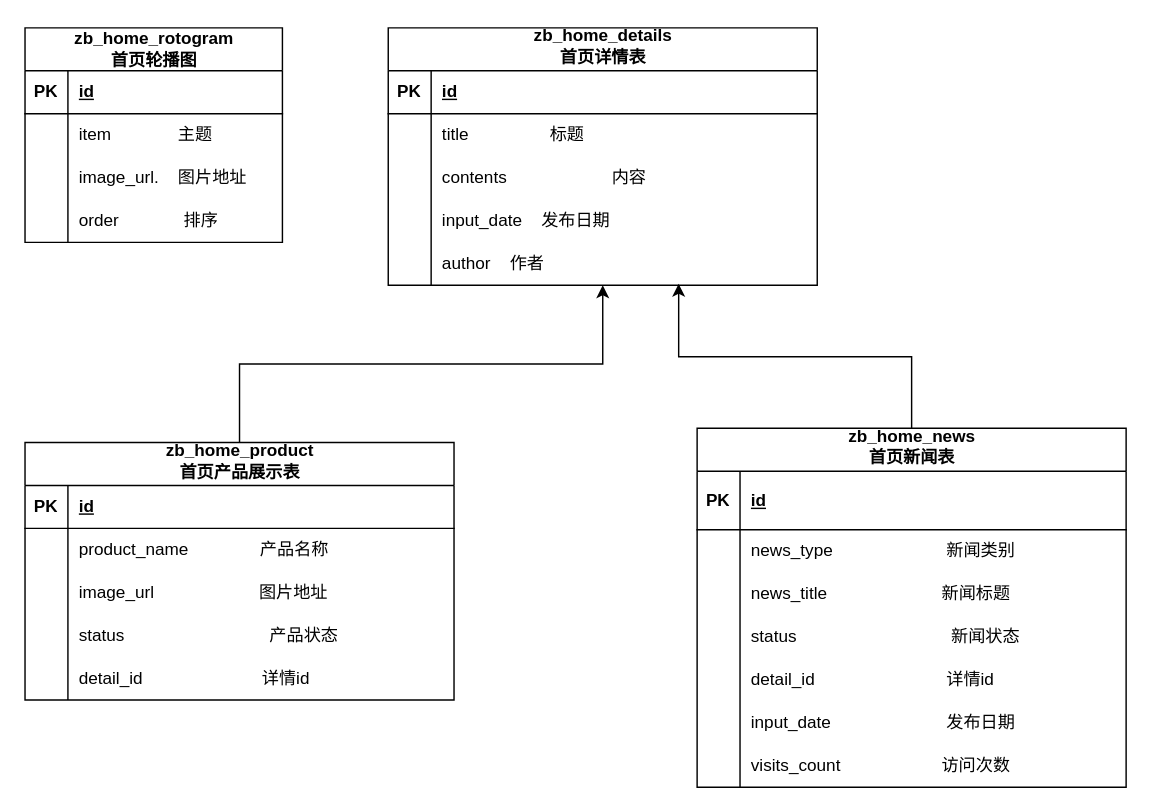
Before: home.drawio in yskccr/diagrams, a draw.io diagram. Source tidied: cells renumbered, new cells numbered last; positions are measured from the earlier drawing's top-left corner, leaving out a move shared by most shapes. Both pictures are drawn from the tidied source at 143%, with x=0, y=0 at pixel (24, 27).
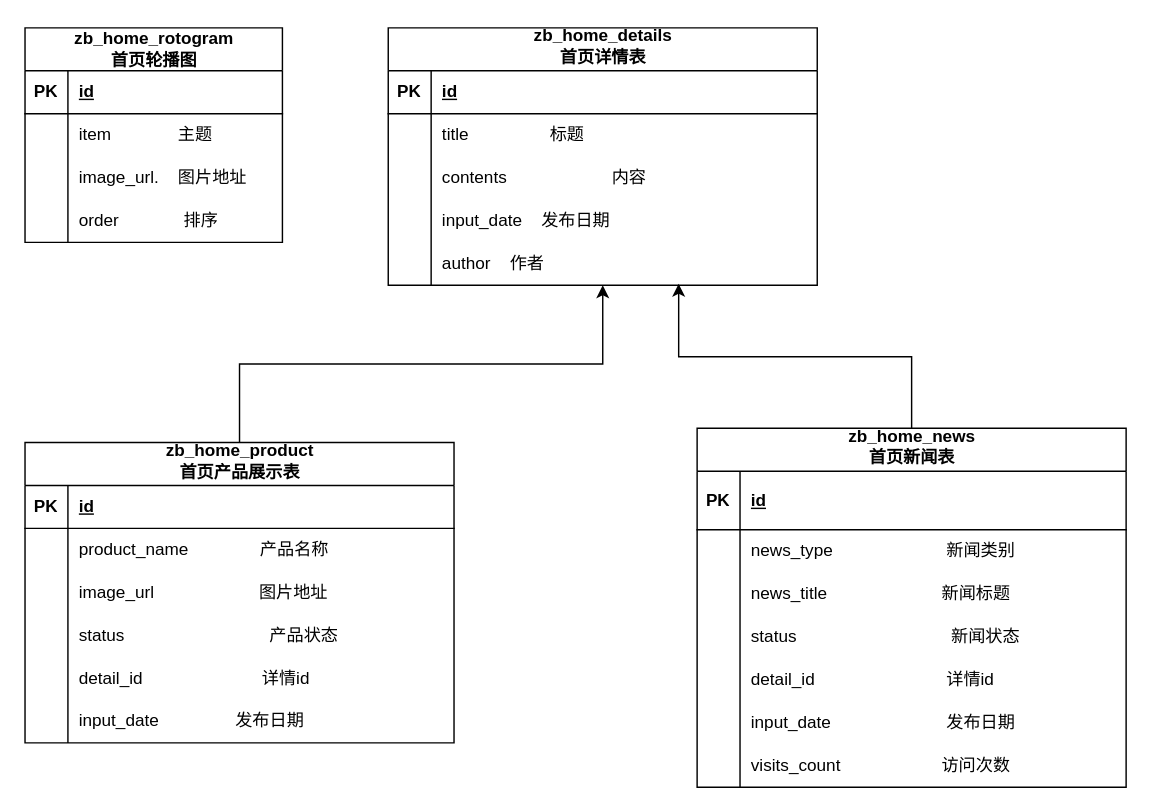
The same diagram, later.

The edit, as a diff of the source:
```diff
@@
     <mxCell id="16" value="zb_home_product&lt;br&gt;首页产品展示表" style="shape=table;startSize=30;childLayout=tableLayout;rowLines=0;fontStyle=1;align=center;html=1;verticalAlign=bottom;" parent="1" vertex="1">
-      <mxGeometry y="290" width="300" height="180" as="geometry" />
+      <mxGeometry y="290" width="300" height="210" as="geometry" />
     </mxCell>
@@
+    <mxCell id="71" style="shape=tableRow;horizontal=0;startSize=0;swimlaneHead=0;swimlaneBody=0;fillColor=none;top=0;left=0;right=0;bottom=0;" parent="16" vertex="1">
+      <mxGeometry y="180" width="300" height="30" as="geometry" />
+    </mxCell>
+    <mxCell id="72" style="shape=partialRectangle;fillColor=none;top=0;left=0;bottom=0;right=0;overflow=hidden;whiteSpace=wrap;html=1;" parent="71" vertex="1">
+      <mxGeometry width="30" height="30" as="geometry" />
+    </mxCell>
+    <mxCell id="73" value="input_date&amp;nbsp;&amp;nbsp; &lt;span style=&quot;border-color: var(--border-color);&quot;&gt; &lt;/span&gt;&lt;span style=&quot;border-color: var(--border-color);&quot;&gt; &lt;span style=&quot;border-color: var(--border-color);&quot;&gt;&lt;span style=&quot;white-space: pre;&quot;&gt;&amp;nbsp;&amp;nbsp;&amp;nbsp;&amp;nbsp;&lt;/span&gt;&lt;/span&gt;&lt;span style=&quot;border-color: var(--border-color);&quot;&gt;&lt;span style=&quot;white-space: pre;&quot;&gt;&amp;nbsp;&amp;nbsp;&amp;nbsp;&amp;nbsp;&lt;/span&gt;&lt;/span&gt;&lt;span style=&quot;border-color: var(--border-color);&quot;&gt;&lt;span style=&quot;white-space: pre;&quot;&gt;&amp;nbsp;&amp;nbsp;&amp;nbsp;&amp;nbsp;&lt;/span&gt;&lt;/span&gt;&lt;/span&gt;&lt;span style=&quot;border-color: var(--border-color);&quot;&gt;&amp;nbsp;&lt;/span&gt;&lt;span style=&quot;border-color: var(--border-color);&quot;&gt;&lt;/span&gt;发布日期&amp;nbsp; &amp;nbsp; &amp;nbsp; &amp;nbsp; &amp;nbsp; &amp;nbsp; &amp;nbsp; &amp;nbsp; &amp;nbsp; &amp;nbsp; &amp;nbsp; &amp;nbsp;" style="shape=partialRectangle;fillColor=none;top=0;left=0;bottom=0;right=0;align=left;spacingLeft=6;overflow=hidden;whiteSpace=wrap;html=1;" parent="71" vertex="1">
+      <mxGeometry x="30" width="270" height="30" as="geometry" />
+    </mxCell>
```
